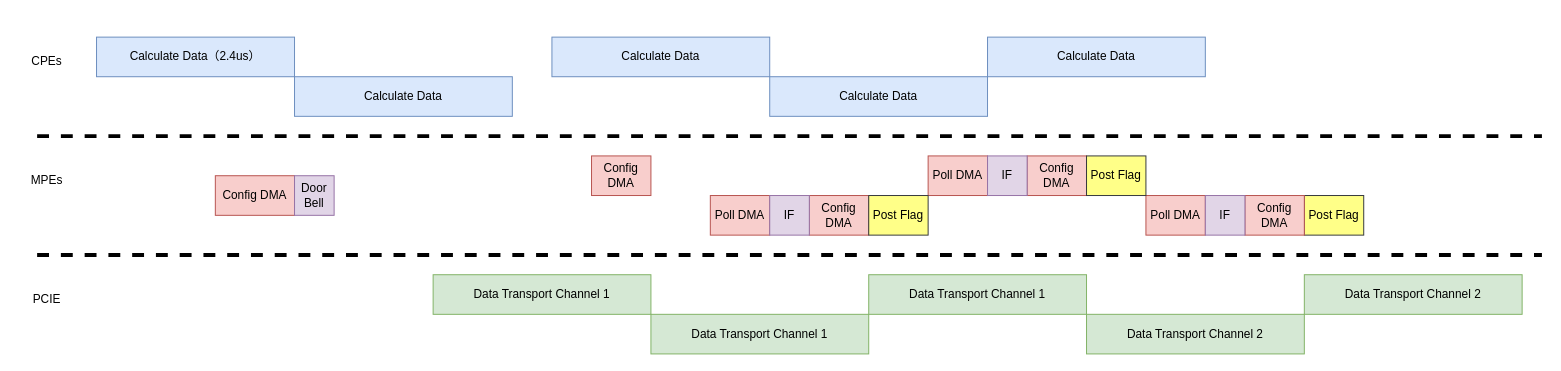
BEYHHH/SBLP keeps this draw.io diagram as Lantency_Graph/Latency_Work_FLow.drawio. Above is the earlier version. Source tidied: cells renumbered, new cells numbered last; positions are measured from the earlier drawing's top-left corner, leaving out a move shared by most shapes. Both pictures are drawn from the tidied source at 99%, with x=0, y=0 at pixel (17, 37).
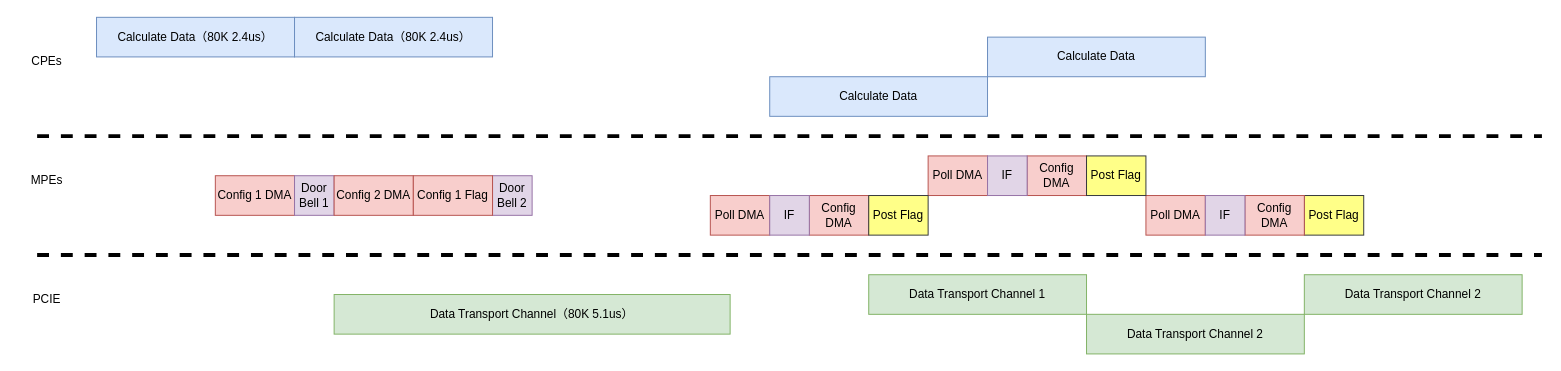
The same diagram, later.

The edit, as a diff of the source:
```diff
@@
-    <mxCell id="2" value="Config DMA" style="rounded=0;whiteSpace=wrap;html=1;fillColor=#f8cecc;strokeColor=#b85450;" parent="1" vertex="1">
+    <mxCell id="2" value="Config 1 DMA" style="rounded=0;whiteSpace=wrap;html=1;fillColor=#f8cecc;strokeColor=#b85450;" parent="1" vertex="1">
       <mxGeometry x="200" y="140" width="80" height="40" as="geometry" />
     </mxCell>
@@
-    <mxCell id="4" value="Config DMA" style="rounded=0;whiteSpace=wrap;html=1;fillColor=#f8cecc;strokeColor=#b85450;" parent="1" vertex="1">
-      <mxGeometry x="580" y="120" width="60" height="40" as="geometry" />
-    </mxCell>
@@
-    <mxCell id="6" value="Door&lt;br&gt;Bell" style="rounded=0;whiteSpace=wrap;html=1;fillColor=#e1d5e7;strokeColor=#9673a6;" parent="1" vertex="1">
+    <mxCell id="6" value="Door&lt;br&gt;Bell 1" style="rounded=0;whiteSpace=wrap;html=1;fillColor=#e1d5e7;strokeColor=#9673a6;" parent="1" vertex="1">
       <mxGeometry x="280" y="140" width="40" height="40" as="geometry" />
     </mxCell>
@@
-    <mxCell id="15" value="Data Transport Channel 1" style="rounded=0;whiteSpace=wrap;html=1;fillColor=#d5e8d4;strokeColor=#82b366;" parent="1" vertex="1">
-      <mxGeometry x="420" y="240" width="220" height="40" as="geometry" />
+    <mxCell id="15" value="Data Transport Channel（80K 5.1us）" style="rounded=0;whiteSpace=wrap;html=1;fillColor=#d5e8d4;strokeColor=#82b366;" parent="1" vertex="1">
+      <mxGeometry x="320" y="260" width="400" height="40" as="geometry" />
     </mxCell>
-    <mxCell id="16" value="Data Transport Channel 1" style="rounded=0;whiteSpace=wrap;html=1;fillColor=#d5e8d4;strokeColor=#82b366;" parent="1" vertex="1">
-      <mxGeometry x="640" y="280" width="220" height="40" as="geometry" />
-    </mxCell>
-    <mxCell id="17" value="Calculate Data" style="rounded=0;whiteSpace=wrap;html=1;fillColor=#dae8fc;strokeColor=#6c8ebf;" parent="1" vertex="1">
-      <mxGeometry x="540" width="220" height="40" as="geometry" />
-    </mxCell>
@@
-    <mxCell id="25" value="Calculate Data" style="rounded=0;whiteSpace=wrap;html=1;fillColor=#dae8fc;strokeColor=#6c8ebf;" parent="1" vertex="1">
-      <mxGeometry x="280" y="40" width="220" height="40" as="geometry" />
-    </mxCell>
-    <mxCell id="26" value="Calculate Data（2.4us）" style="rounded=0;whiteSpace=wrap;html=1;fillColor=#dae8fc;strokeColor=#6c8ebf;" parent="1" vertex="1">
-      <mxGeometry x="80" width="200" height="40" as="geometry" />
+    <mxCell id="26" value="Calculate Data（80K 2.4us）" style="rounded=0;whiteSpace=wrap;html=1;fillColor=#dae8fc;strokeColor=#6c8ebf;" parent="1" vertex="1">
+      <mxGeometry x="80" y="-20" width="200" height="40" as="geometry" />
     </mxCell>
@@
+    <mxCell id="32" value="Calculate Data（80K 2.4us）" style="rounded=0;whiteSpace=wrap;html=1;fillColor=#dae8fc;strokeColor=#6c8ebf;" parent="1" vertex="1">
+      <mxGeometry x="280" y="-20" width="200" height="40" as="geometry" />
+    </mxCell>
+    <mxCell id="33" value="Config 2 DMA" style="rounded=0;whiteSpace=wrap;html=1;fillColor=#f8cecc;strokeColor=#b85450;" parent="1" vertex="1">
+      <mxGeometry x="320" y="140" width="80" height="40" as="geometry" />
+    </mxCell>
+    <mxCell id="34" value="Door&lt;br&gt;Bell 2" style="rounded=0;whiteSpace=wrap;html=1;fillColor=#e1d5e7;strokeColor=#9673a6;" parent="1" vertex="1">
+      <mxGeometry x="480" y="140" width="40" height="40" as="geometry" />
+    </mxCell>
+    <mxCell id="35" value="Config 1&amp;nbsp;Flag" style="rounded=0;whiteSpace=wrap;html=1;fillColor=#f8cecc;strokeColor=#b85450;" parent="1" vertex="1">
+      <mxGeometry x="400" y="140" width="80" height="40" as="geometry" />
+    </mxCell>
```
